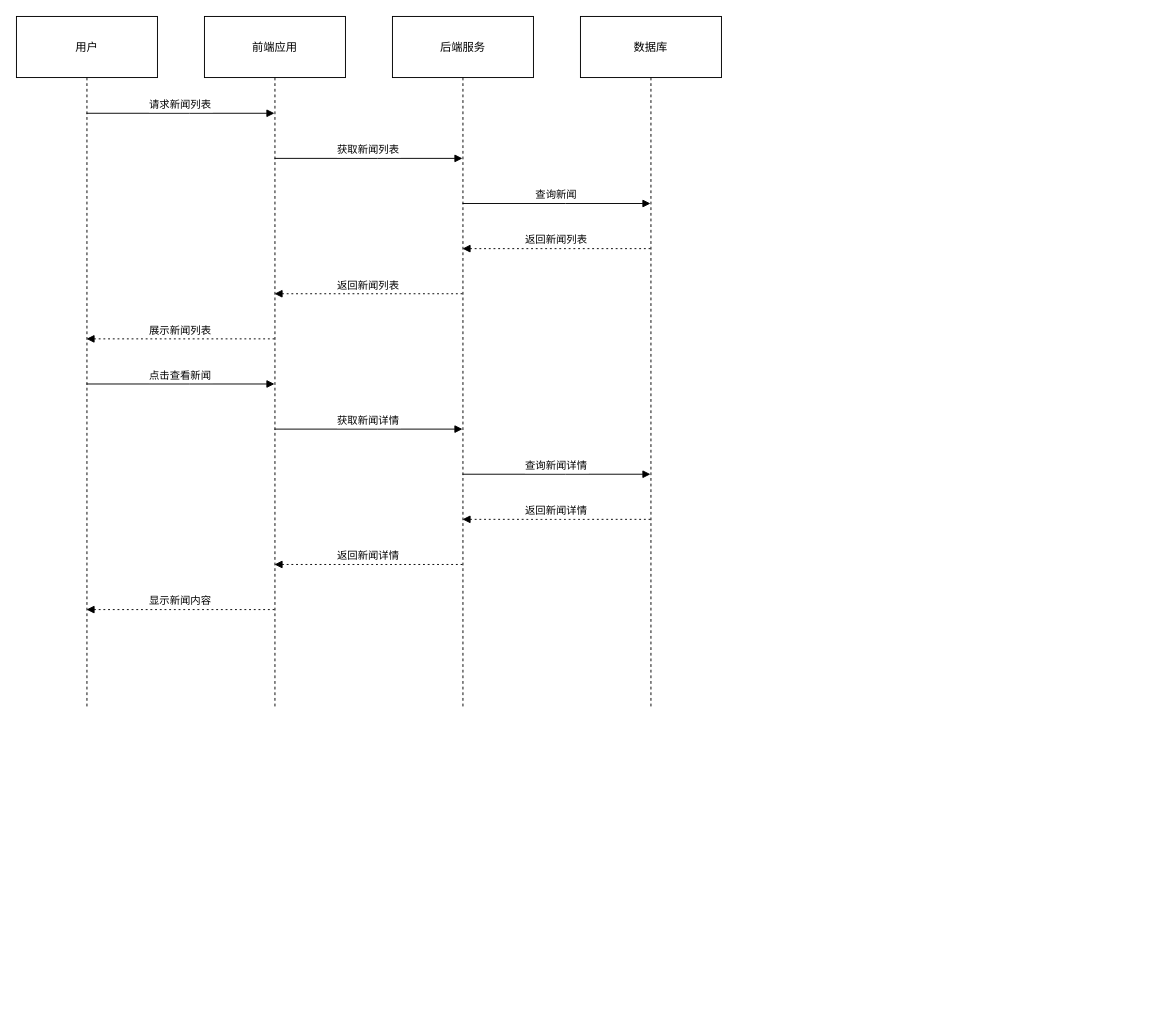
Above: draw.io/时序图:用户阅读新闻.drawio in lijc210/app_storage (draw.io), before the change. Source tidied: cells renumbered, new cells numbered last; positions are measured from the earlier drawing's top-left corner, leaving out a move shared by most shapes. Both pictures are drawn from the tidied source at 94%, with x=0, y=0 at pixel (16, 16).
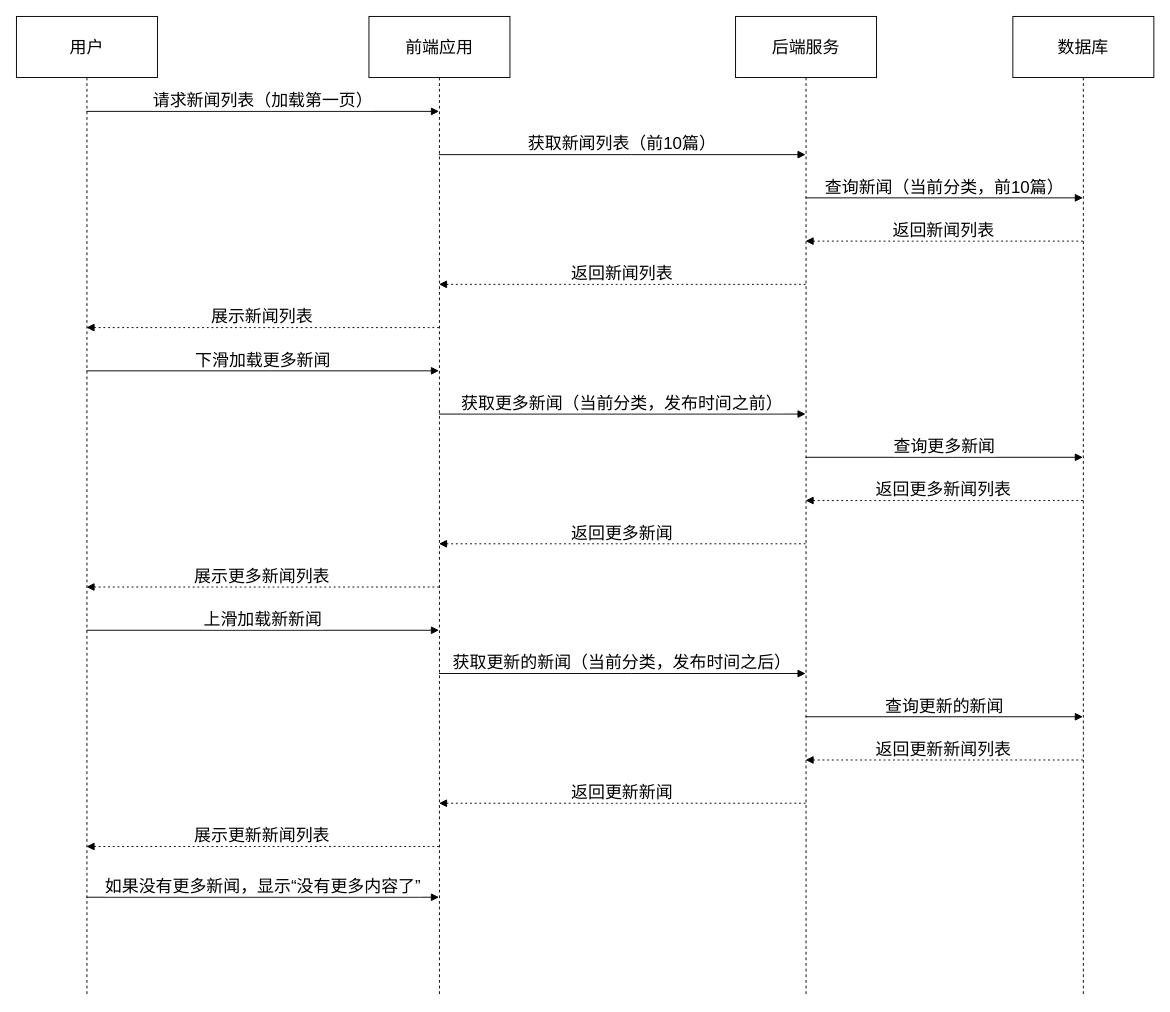
After the change.

Commit message:
更新时序图:用户阅读新闻.drawio

What changed in the source:
```diff
@@
-    <mxCell id="2" value="用户" style="shape=umlLifeline;perimeter=lifelinePerimeter;whiteSpace=wrap;outlineConnect=0;portConstraint=eastwest;newEdgeStyle={&quot;edgeStyle&quot;:&quot;elbowEdgeStyle&quot;,&quot;elbow&quot;:&quot;vertical&quot;,&quot;curved&quot;:0,&quot;rounded&quot;:0};size=65;" parent="1" vertex="1">
-      <mxGeometry width="150" height="736" as="geometry" />
+    <mxCell id="2" value="用户" style="shape=umlLifeline;perimeter=lifelinePerimeter;whiteSpace=wrap;outlineConnect=0;portConstraint=eastwest;newEdgeStyle={&quot;edgeStyle&quot;:&quot;elbowEdgeStyle&quot;,&quot;elbow&quot;:&quot;vertical&quot;,&quot;curved&quot;:0,&quot;rounded&quot;:0};size=65;fontSize=18;" parent="1" vertex="1">
+      <mxGeometry width="150" height="1042" as="geometry" />
     </mxCell>
-    <mxCell id="3" value="前端应用" style="shape=umlLifeline;perimeter=lifelinePerimeter;whiteSpace=wrap;outlineConnect=0;portConstraint=eastwest;newEdgeStyle={&quot;edgeStyle&quot;:&quot;elbowEdgeStyle&quot;,&quot;elbow&quot;:&quot;vertical&quot;,&quot;curved&quot;:0,&quot;rounded&quot;:0};size=65;" parent="1" vertex="1">
-      <mxGeometry x="200" width="150" height="736" as="geometry" />
+    <mxCell id="3" value="前端应用" style="shape=umlLifeline;perimeter=lifelinePerimeter;whiteSpace=wrap;outlineConnect=0;portConstraint=eastwest;newEdgeStyle={&quot;edgeStyle&quot;:&quot;elbowEdgeStyle&quot;,&quot;elbow&quot;:&quot;vertical&quot;,&quot;curved&quot;:0,&quot;rounded&quot;:0};size=65;fontSize=18;" parent="1" vertex="1">
+      <mxGeometry x="375" width="150" height="1042" as="geometry" />
     </mxCell>
-    <mxCell id="4" value="后端服务" style="shape=umlLifeline;perimeter=lifelinePerimeter;whiteSpace=wrap;outlineConnect=0;portConstraint=eastwest;newEdgeStyle={&quot;edgeStyle&quot;:&quot;elbowEdgeStyle&quot;,&quot;elbow&quot;:&quot;vertical&quot;,&quot;curved&quot;:0,&quot;rounded&quot;:0};size=65;" parent="1" vertex="1">
-      <mxGeometry x="400" width="150" height="736" as="geometry" />
+    <mxCell id="4" value="后端服务" style="shape=umlLifeline;perimeter=lifelinePerimeter;whiteSpace=wrap;outlineConnect=0;portConstraint=eastwest;newEdgeStyle={&quot;edgeStyle&quot;:&quot;elbowEdgeStyle&quot;,&quot;elbow&quot;:&quot;vertical&quot;,&quot;curved&quot;:0,&quot;rounded&quot;:0};size=65;fontSize=18;" parent="1" vertex="1">
+      <mxGeometry x="765" width="150" height="1042" as="geometry" />
     </mxCell>
-    <mxCell id="5" value="数据库" style="shape=umlLifeline;perimeter=lifelinePerimeter;whiteSpace=wrap;outlineConnect=0;portConstraint=eastwest;newEdgeStyle={&quot;edgeStyle&quot;:&quot;elbowEdgeStyle&quot;,&quot;elbow&quot;:&quot;vertical&quot;,&quot;curved&quot;:0,&quot;rounded&quot;:0};size=65;" parent="1" vertex="1">
-      <mxGeometry x="600" width="150" height="736" as="geometry" />
+    <mxCell id="5" value="数据库" style="shape=umlLifeline;perimeter=lifelinePerimeter;whiteSpace=wrap;outlineConnect=0;portConstraint=eastwest;newEdgeStyle={&quot;edgeStyle&quot;:&quot;elbowEdgeStyle&quot;,&quot;elbow&quot;:&quot;vertical&quot;,&quot;curved&quot;:0,&quot;rounded&quot;:0};size=65;fontSize=18;" parent="1" vertex="1">
+      <mxGeometry x="1060" width="150" height="1042" as="geometry" />
     </mxCell>
-    <mxCell id="6" value="请求新闻列表" style="verticalAlign=bottom;edgeStyle=elbowEdgeStyle;elbow=vertical;curved=0;rounded=0;endArrow=block;" parent="1" edge="1" source="2" target="3">
-      <mxGeometry relative="1" as="geometry">
-        <Array as="points">
-          <mxPoint x="184" y="103" />
-        </Array>
-      </mxGeometry>
-    </mxCell>
-    <mxCell id="7" value="获取新闻列表" style="verticalAlign=bottom;edgeStyle=elbowEdgeStyle;elbow=vertical;curved=0;rounded=0;endArrow=block;" parent="1" edge="1" source="3" target="4">
-      <mxGeometry relative="1" as="geometry">
-        <Array as="points">
-          <mxPoint x="384" y="151" />
-        </Array>
-      </mxGeometry>
-    </mxCell>
-    <mxCell id="8" value="查询新闻" style="verticalAlign=bottom;edgeStyle=elbowEdgeStyle;elbow=vertical;curved=0;rounded=0;endArrow=block;" parent="1" edge="1" source="4" target="5">
-      <mxGeometry relative="1" as="geometry">
-        <Array as="points">
-          <mxPoint x="584" y="199" />
-        </Array>
-      </mxGeometry>
-    </mxCell>
-    <mxCell id="9" value="返回新闻列表" style="verticalAlign=bottom;edgeStyle=elbowEdgeStyle;elbow=vertical;curved=0;rounded=0;dashed=1;dashPattern=2 3;endArrow=block;" parent="1" edge="1" source="5" target="4">
-      <mxGeometry relative="1" as="geometry">
-        <Array as="points">
-          <mxPoint x="587" y="247" />
-        </Array>
-      </mxGeometry>
-    </mxCell>
-    <mxCell id="10" value="返回新闻列表" style="verticalAlign=bottom;edgeStyle=elbowEdgeStyle;elbow=vertical;curved=0;rounded=0;dashed=1;dashPattern=2 3;endArrow=block;" parent="1" edge="1" source="4" target="3">
-      <mxGeometry relative="1" as="geometry">
-        <Array as="points">
-          <mxPoint x="387" y="295" />
-        </Array>
-      </mxGeometry>
-    </mxCell>
+    <mxCell id="18" value="请求新闻列表（加载第一页）" style="verticalAlign=bottom;edgeStyle=elbowEdgeStyle;elbow=vertical;curved=0;rounded=0;endArrow=block;fontSize=18;" parent="1" edge="1" source="2" target="3">
+      <mxGeometry relative="1" as="geometry">
+        <Array as="points">
+          <mxPoint x="271" y="101" />
+        </Array>
+      </mxGeometry>
+    </mxCell>
+    <mxCell id="19" value="获取新闻列表（前10篇）" style="verticalAlign=bottom;edgeStyle=elbowEdgeStyle;elbow=vertical;curved=0;rounded=0;endArrow=block;fontSize=18;" parent="1" edge="1" source="3" target="4">
+      <mxGeometry relative="1" as="geometry">
+        <Array as="points">
+          <mxPoint x="654" y="147" />
+        </Array>
+      </mxGeometry>
+    </mxCell>
+    <mxCell id="20" value="查询新闻（当前分类，前10篇）" style="verticalAlign=bottom;edgeStyle=elbowEdgeStyle;elbow=vertical;curved=0;rounded=0;endArrow=block;fontSize=18;" parent="1" edge="1" source="4" target="5">
+      <mxGeometry relative="1" as="geometry">
+        <Array as="points">
+          <mxPoint x="996" y="193" />
+        </Array>
+      </mxGeometry>
+    </mxCell>
+    <mxCell id="21" value="返回新闻列表" style="verticalAlign=bottom;edgeStyle=elbowEdgeStyle;elbow=vertical;curved=0;rounded=0;dashed=1;dashPattern=2 3;endArrow=block;fontSize=18;" parent="1" edge="1" source="5" target="4">
+      <mxGeometry relative="1" as="geometry">
+        <Array as="points">
+          <mxPoint x="999" y="239" />
+        </Array>
+      </mxGeometry>
+    </mxCell>
+    <mxCell id="22" value="返回新闻列表" style="verticalAlign=bottom;edgeStyle=elbowEdgeStyle;elbow=vertical;curved=0;rounded=0;dashed=1;dashPattern=2 3;endArrow=block;fontSize=18;" parent="1" edge="1" source="4" target="3">
+      <mxGeometry relative="1" as="geometry">
+        <Array as="points">
+          <mxPoint x="657" y="285" />
+        </Array>
+      </mxGeometry>
+    </mxCell>
-    <mxCell id="11" value="展示新闻列表" style="verticalAlign=bottom;edgeStyle=elbowEdgeStyle;elbow=vertical;curved=0;rounded=0;dashed=1;dashPattern=2 3;endArrow=block;" parent="1" edge="1" source="3" target="2">
+    <mxCell id="11" value="展示新闻列表" style="verticalAlign=bottom;edgeStyle=elbowEdgeStyle;elbow=vertical;curved=0;rounded=0;dashed=1;dashPattern=2 3;endArrow=block;fontSize=18;" parent="1" edge="1" source="3" target="2">
       <mxGeometry relative="1" as="geometry">
         <Array as="points">
-          <mxPoint x="187" y="343" />
+          <mxPoint x="274" y="331" />
         </Array>
       </mxGeometry>
     </mxCell>
-    <mxCell id="12" value="点击查看新闻" style="verticalAlign=bottom;edgeStyle=elbowEdgeStyle;elbow=vertical;curved=0;rounded=0;endArrow=block;" parent="1" edge="1" source="2" target="3">
-      <mxGeometry relative="1" as="geometry">
-        <Array as="points">
-          <mxPoint x="184" y="391" />
-        </Array>
-      </mxGeometry>
-    </mxCell>
-    <mxCell id="13" value="获取新闻详情" style="verticalAlign=bottom;edgeStyle=elbowEdgeStyle;elbow=vertical;curved=0;rounded=0;endArrow=block;" parent="1" edge="1" source="3" target="4">
-      <mxGeometry relative="1" as="geometry">
-        <Array as="points">
-          <mxPoint x="384" y="439" />
-        </Array>
-      </mxGeometry>
-    </mxCell>
-    <mxCell id="14" value="查询新闻详情" style="verticalAlign=bottom;edgeStyle=elbowEdgeStyle;elbow=vertical;curved=0;rounded=0;endArrow=block;" parent="1" edge="1" source="4" target="5">
-      <mxGeometry relative="1" as="geometry">
-        <Array as="points">
-          <mxPoint x="584" y="487" />
-        </Array>
-      </mxGeometry>
-    </mxCell>
-    <mxCell id="15" value="返回新闻详情" style="verticalAlign=bottom;edgeStyle=elbowEdgeStyle;elbow=vertical;curved=0;rounded=0;dashed=1;dashPattern=2 3;endArrow=block;" parent="1" edge="1" source="5" target="4">
-      <mxGeometry relative="1" as="geometry">
-        <Array as="points">
-          <mxPoint x="587" y="535" />
-        </Array>
-      </mxGeometry>
-    </mxCell>
-    <mxCell id="16" value="返回新闻详情" style="verticalAlign=bottom;edgeStyle=elbowEdgeStyle;elbow=vertical;curved=0;rounded=0;dashed=1;dashPattern=2 3;endArrow=block;" parent="1" edge="1" source="4" target="3">
-      <mxGeometry relative="1" as="geometry">
-        <Array as="points">
-          <mxPoint x="387" y="583" />
-        </Array>
-      </mxGeometry>
-    </mxCell>
-    <mxCell id="17" value="显示新闻内容" style="verticalAlign=bottom;edgeStyle=elbowEdgeStyle;elbow=vertical;curved=0;rounded=0;dashed=1;dashPattern=2 3;endArrow=block;" parent="1" edge="1" source="3" target="2">
-      <mxGeometry relative="1" as="geometry">
-        <Array as="points">
-          <mxPoint x="187" y="631" />
-        </Array>
-      </mxGeometry>
-    </mxCell>
+    <mxCell id="23" value="下滑加载更多新闻" style="verticalAlign=bottom;edgeStyle=elbowEdgeStyle;elbow=vertical;curved=0;rounded=0;endArrow=block;fontSize=18;" parent="1" edge="1" source="2" target="3">
+      <mxGeometry relative="1" as="geometry">
+        <Array as="points">
+          <mxPoint x="271" y="377" />
+        </Array>
+      </mxGeometry>
+    </mxCell>
+    <mxCell id="24" value="获取更多新闻（当前分类，发布时间之前）" style="verticalAlign=bottom;edgeStyle=elbowEdgeStyle;elbow=vertical;curved=0;rounded=0;endArrow=block;fontSize=18;" parent="1" edge="1" source="3" target="4">
+      <mxGeometry relative="1" as="geometry">
+        <Array as="points">
+          <mxPoint x="654" y="423" />
+        </Array>
+      </mxGeometry>
+    </mxCell>
+    <mxCell id="25" value="查询更多新闻" style="verticalAlign=bottom;edgeStyle=elbowEdgeStyle;elbow=vertical;curved=0;rounded=0;endArrow=block;fontSize=18;" parent="1" edge="1" source="4" target="5">
+      <mxGeometry relative="1" as="geometry">
+        <Array as="points">
+          <mxPoint x="996" y="469" />
+        </Array>
+      </mxGeometry>
+    </mxCell>
+    <mxCell id="26" value="返回更多新闻列表" style="verticalAlign=bottom;edgeStyle=elbowEdgeStyle;elbow=vertical;curved=0;rounded=0;dashed=1;dashPattern=2 3;endArrow=block;fontSize=18;" parent="1" edge="1" source="5" target="4">
+      <mxGeometry relative="1" as="geometry">
+        <Array as="points">
+          <mxPoint x="999" y="515" />
+        </Array>
+      </mxGeometry>
+    </mxCell>
+    <mxCell id="27" value="返回更多新闻" style="verticalAlign=bottom;edgeStyle=elbowEdgeStyle;elbow=vertical;curved=0;rounded=0;dashed=1;dashPattern=2 3;endArrow=block;fontSize=18;" parent="1" edge="1" source="4" target="3">
+      <mxGeometry relative="1" as="geometry">
+        <Array as="points">
+          <mxPoint x="657" y="561" />
+        </Array>
+      </mxGeometry>
+    </mxCell>
+    <mxCell id="28" value="展示更多新闻列表" style="verticalAlign=bottom;edgeStyle=elbowEdgeStyle;elbow=vertical;curved=0;rounded=0;dashed=1;dashPattern=2 3;endArrow=block;fontSize=18;" parent="1" edge="1" source="3" target="2">
+      <mxGeometry relative="1" as="geometry">
+        <Array as="points">
+          <mxPoint x="274" y="607" />
+        </Array>
+      </mxGeometry>
+    </mxCell>
+    <mxCell id="29" value="上滑加载新新闻" style="verticalAlign=bottom;edgeStyle=elbowEdgeStyle;elbow=vertical;curved=0;rounded=0;endArrow=block;fontSize=18;" parent="1" edge="1" source="2" target="3">
+      <mxGeometry relative="1" as="geometry">
+        <Array as="points">
+          <mxPoint x="271" y="653" />
+        </Array>
+      </mxGeometry>
+    </mxCell>
+    <mxCell id="30" value="获取更新的新闻（当前分类，发布时间之后）" style="verticalAlign=bottom;edgeStyle=elbowEdgeStyle;elbow=vertical;curved=0;rounded=0;endArrow=block;fontSize=18;" parent="1" edge="1" source="3" target="4">
+      <mxGeometry relative="1" as="geometry">
+        <Array as="points">
+          <mxPoint x="654" y="699" />
+        </Array>
+      </mxGeometry>
+    </mxCell>
+    <mxCell id="31" value="查询更新的新闻" style="verticalAlign=bottom;edgeStyle=elbowEdgeStyle;elbow=vertical;curved=0;rounded=0;endArrow=block;fontSize=18;" parent="1" edge="1" source="4" target="5">
+      <mxGeometry relative="1" as="geometry">
+        <Array as="points">
+          <mxPoint x="996" y="745" />
+        </Array>
+      </mxGeometry>
+    </mxCell>
+    <mxCell id="32" value="返回更新新闻列表" style="verticalAlign=bottom;edgeStyle=elbowEdgeStyle;elbow=vertical;curved=0;rounded=0;dashed=1;dashPattern=2 3;endArrow=block;fontSize=18;" parent="1" edge="1" source="5" target="4">
+      <mxGeometry relative="1" as="geometry">
+        <Array as="points">
+          <mxPoint x="999" y="791" />
+        </Array>
+      </mxGeometry>
+    </mxCell>
+    <mxCell id="33" value="返回更新新闻" style="verticalAlign=bottom;edgeStyle=elbowEdgeStyle;elbow=vertical;curved=0;rounded=0;dashed=1;dashPattern=2 3;endArrow=block;fontSize=18;" parent="1" edge="1" source="4" target="3">
+      <mxGeometry relative="1" as="geometry">
+        <Array as="points">
+          <mxPoint x="657" y="837" />
+        </Array>
+      </mxGeometry>
+    </mxCell>
+    <mxCell id="34" value="展示更新新闻列表" style="verticalAlign=bottom;edgeStyle=elbowEdgeStyle;elbow=vertical;curved=0;rounded=0;dashed=1;dashPattern=2 3;endArrow=block;fontSize=18;" parent="1" edge="1" source="3" target="2">
+      <mxGeometry relative="1" as="geometry">
+        <Array as="points">
+          <mxPoint x="274" y="883" />
+        </Array>
+      </mxGeometry>
+    </mxCell>
+    <mxCell id="35" value="如果没有更多新闻，显示“没有更多内容了”" style="verticalAlign=bottom;edgeStyle=elbowEdgeStyle;elbow=vertical;curved=0;rounded=0;endArrow=block;fontSize=18;" parent="1" edge="1" source="2" target="3">
+      <mxGeometry relative="1" as="geometry">
+        <Array as="points">
+          <mxPoint x="271" y="937" />
+        </Array>
+      </mxGeometry>
+    </mxCell>
```
